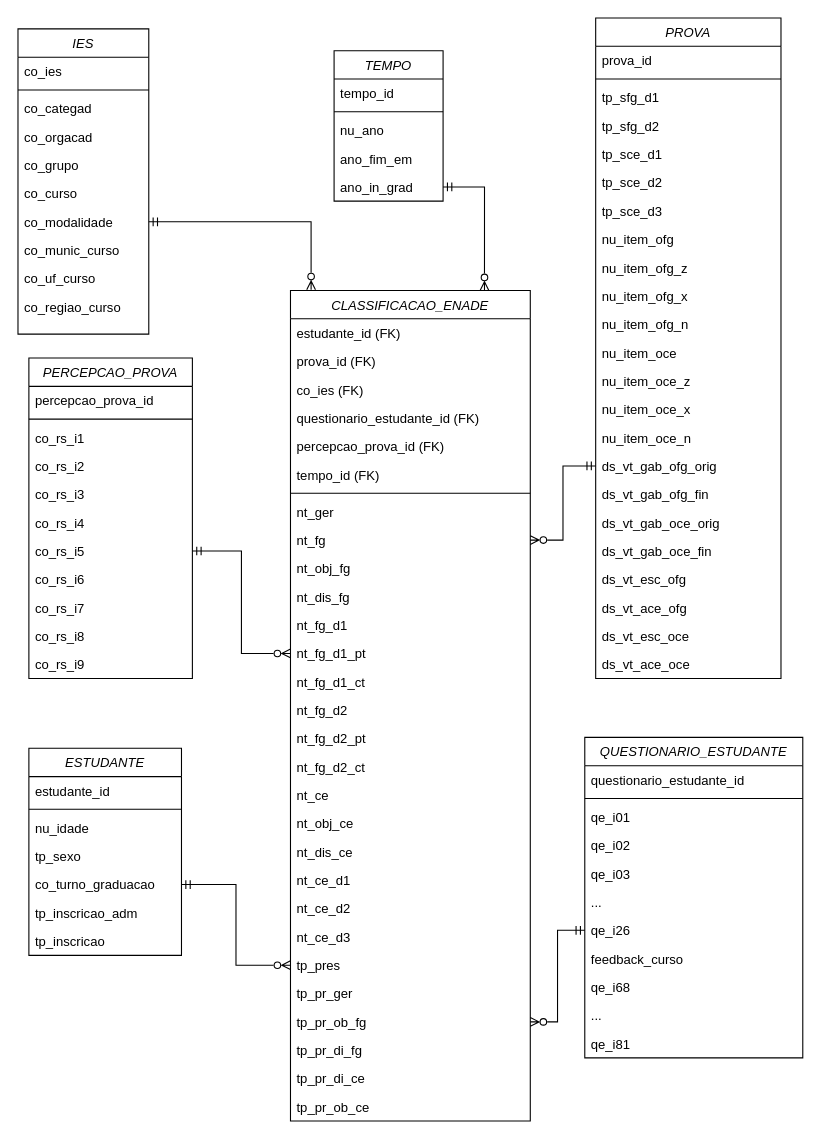
troclaux/dw-trabalho-final-individual keeps this draw.io diagram as arthur_modelo_individual.drawio. Above is the earlier version. Source tidied: cells renumbered, new cells numbered last; positions are measured from the earlier drawing's top-left corner, leaving out a move shared by most shapes. Both pictures are drawn from the tidied source at 109%, with x=0, y=0 at pixel (17, 17).
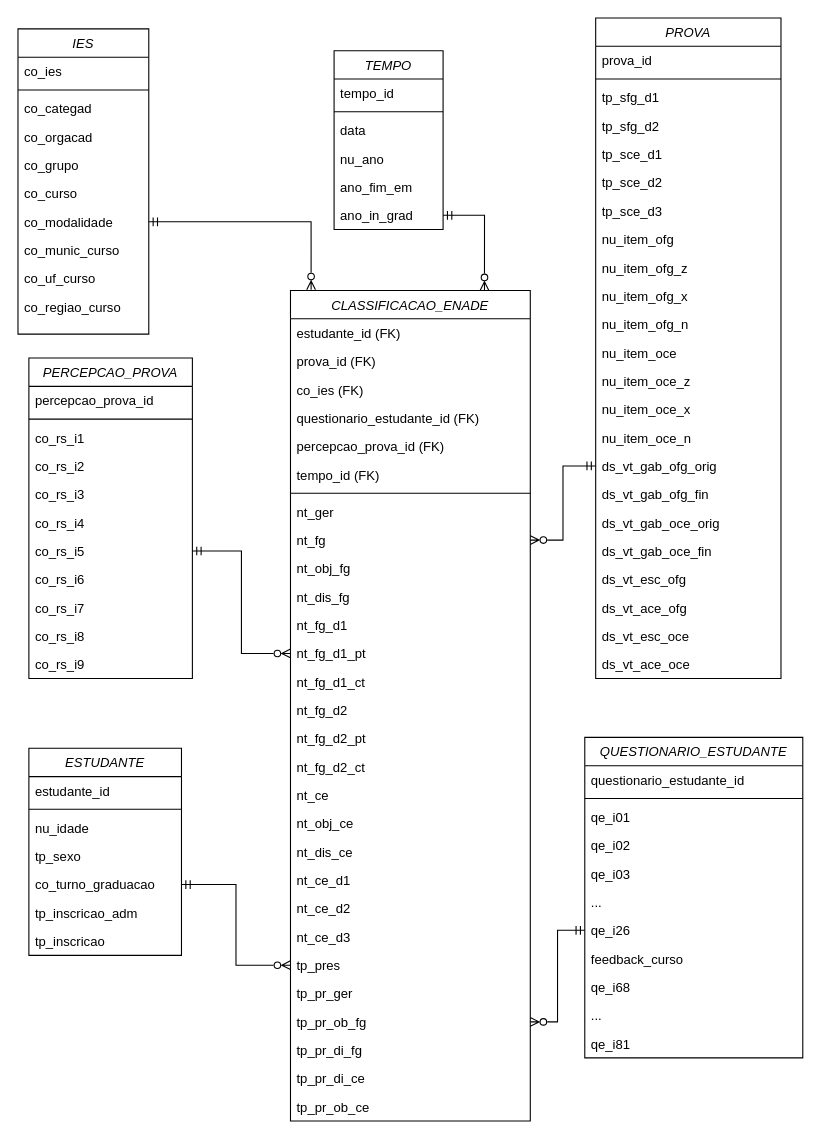
The same page after the edit.

Commit message (it also covers changes not shown here):
chore: ajusta tabela tempo

The edit, as a diff of the source:
```diff
@@
     <mxCell id="99" value="TEMPO" style="swimlane;fontStyle=2;align=center;verticalAlign=top;horizontal=1;startSize=26;rounded=0;shadow=0;strokeWidth=1;" parent="1" vertex="1">
-      <mxGeometry x="290" y="30" width="100" height="138" as="geometry" />
+      <mxGeometry x="290" y="30" width="100" height="164" as="geometry" />
     </mxCell>
@@
+    <mxCell id="111" value="data" style="text;align=left;verticalAlign=top;spacingLeft=4;spacingRight=4;overflow=hidden;" parent="99" vertex="1">
+      <mxGeometry y="60" width="100" height="26" as="geometry" />
+    </mxCell>
     <mxCell id="102" value="nu_ano" style="text;align=left;verticalAlign=top;spacingLeft=4;spacingRight=4;overflow=hidden;" parent="99" vertex="1">
-      <mxGeometry y="60" width="100" height="26" as="geometry" />
+      <mxGeometry y="86" width="100" height="26" as="geometry" />
     </mxCell>
     <mxCell id="103" value="ano_fim_em" style="text;align=left;verticalAlign=top;spacingLeft=4;spacingRight=4;overflow=hidden;" parent="99" vertex="1">
-      <mxGeometry y="86" width="100" height="26" as="geometry" />
+      <mxGeometry y="112" width="100" height="26" as="geometry" />
     </mxCell>
     <mxCell id="104" value="ano_in_grad" style="text;align=left;verticalAlign=top;spacingLeft=4;spacingRight=4;overflow=hidden;points=[[0,0.5],[1,0.5]];portConstraint=eastwest;" parent="99" vertex="1">
-      <mxGeometry y="112" width="100" height="26" as="geometry" />
+      <mxGeometry y="138" width="100" height="26" as="geometry" />
     </mxCell>
```
